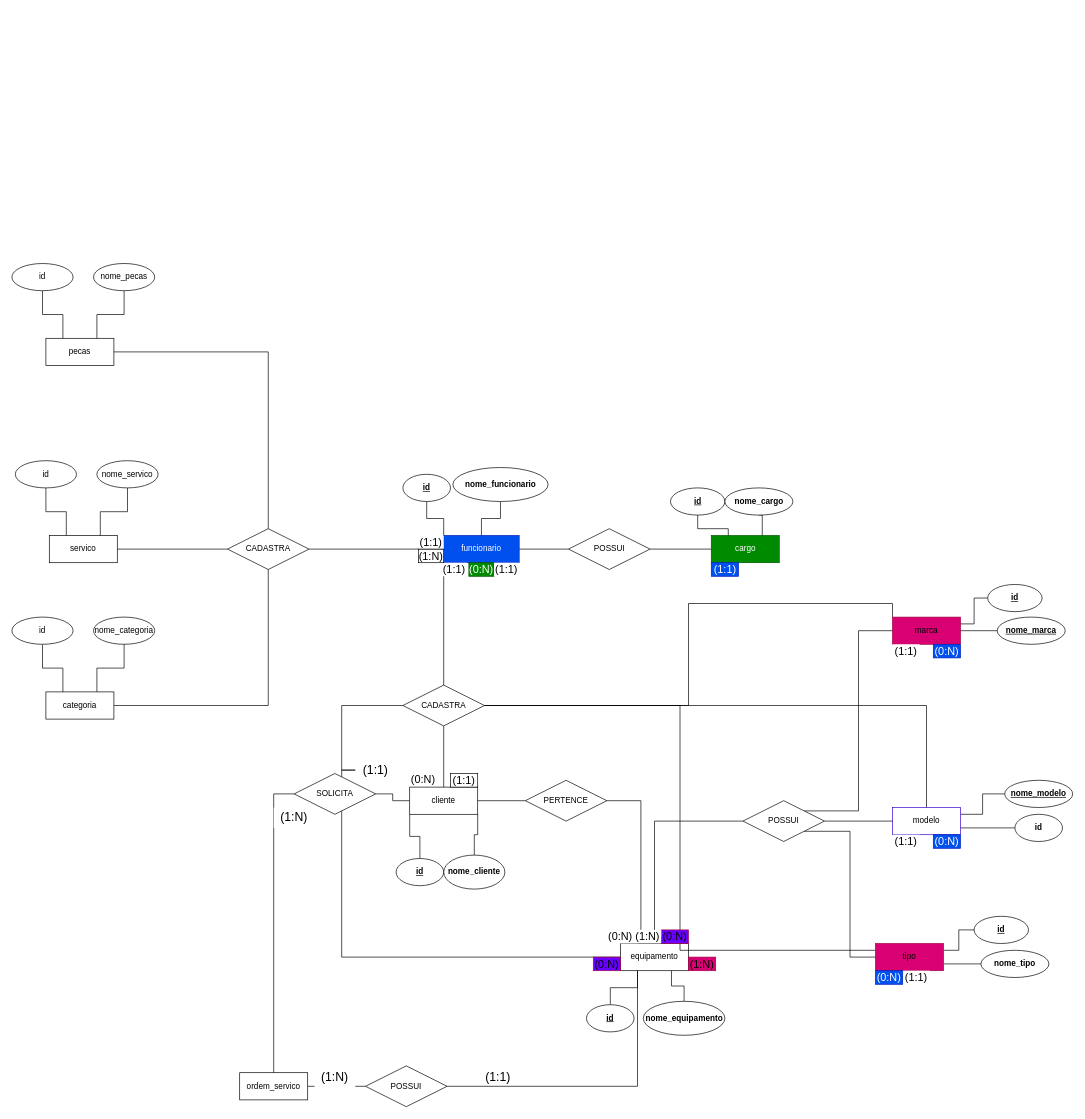
Earlier version of the draw.io diagram page "Conceitual" (1 of 2) of modelos/conceitual-logico-techflix.drawio (Carlos27spec/TechFix--Trabalho-banco-de-dados). Source tidied: cells renumbered, new cells numbered last; positions are measured from the earlier drawing's top-left corner, leaving out a move shared by most shapes. Both pictures are drawn from the tidied source at 68%, with x=0, y=0 at pixel (12, 263).
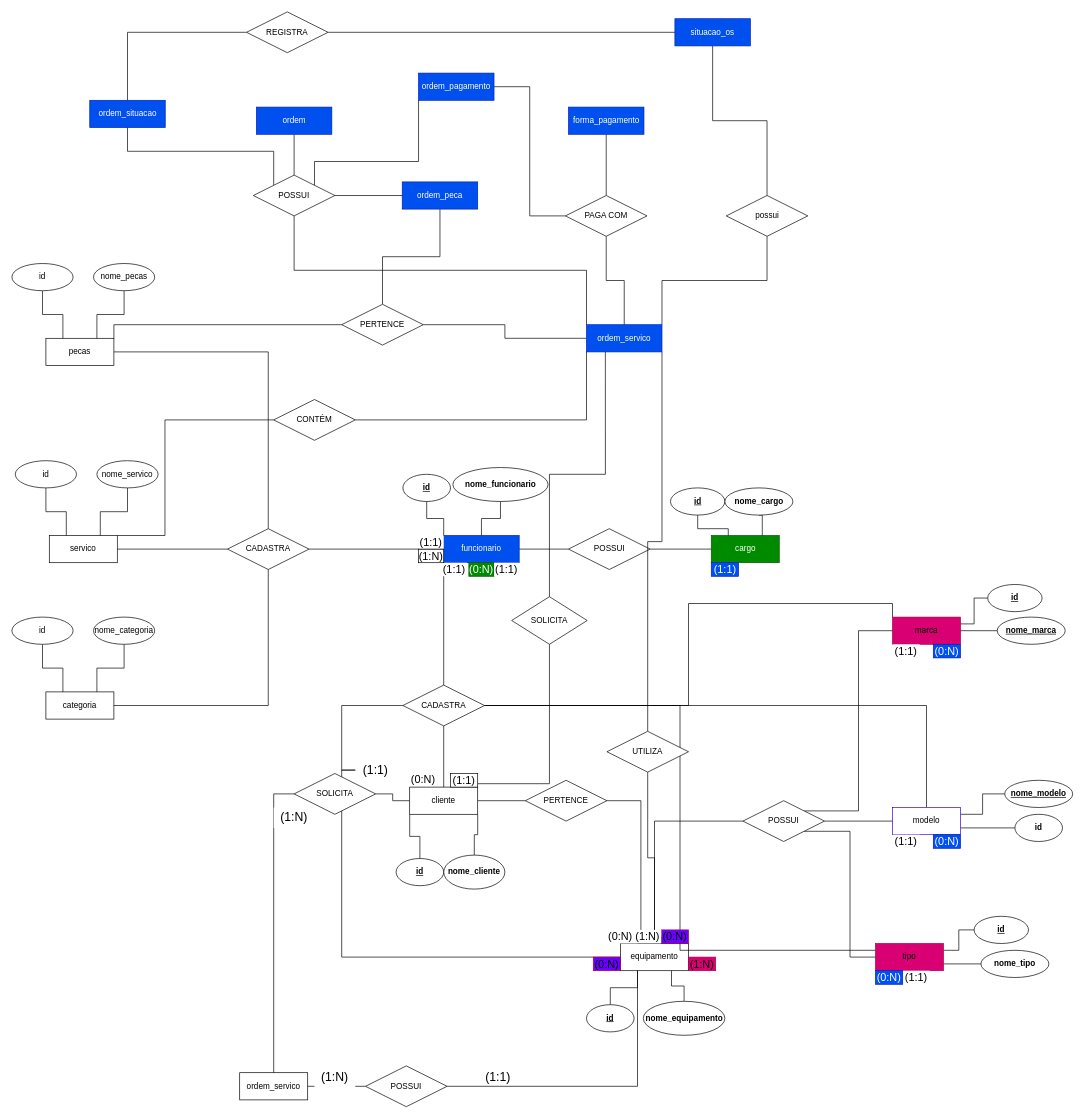
The same diagram, later.

Unchanged cells that the change refers to:
```xml
<mxCell id="34" value="&lt;span style=&quot;color: light-dark(rgb(0, 0, 0), rgb(0, 0, 0));&quot;&gt;equipamento&lt;/span&gt;" style="whiteSpace=wrap;html=1;align=center;fillColor=light-dark(#FFFFFF,#FFB366);strokeColor=light-dark(#000000,#FF8000);" parent="1" vertex="1">
  <mxGeometry x="895" y="1000" width="100" height="40" as="geometry" />
</mxCell>
<mxCell id="41" value="&lt;span style=&quot;color: light-dark(rgb(0, 0, 0), rgb(0, 0, 0));&quot;&gt;(1:1)&lt;/span&gt;" style="text;html=1;whiteSpace=wrap;align=center;verticalAlign=middle;rounded=0;fontSize=16;fillColor=light-dark(#FFFFFF,#FFB366);strokeColor=light-dark(#000000,#FF8000);" parent="1" vertex="1">
  <mxGeometry x="645" y="750" width="40" height="20" as="geometry" />
</mxCell>
<mxCell id="88" value="servico" style="whiteSpace=wrap;html=1;align=center;fillColor=light-dark(#FFFFFF,#00994D);" parent="1" vertex="1">
  <mxGeometry x="55" y="400" width="100" height="40" as="geometry" />
</mxCell>
<mxCell id="103" value="pecas" style="whiteSpace=wrap;html=1;align=center;fillColor=light-dark(#FFFFFF,#990000);" parent="1" vertex="1">
  <mxGeometry x="50" y="110" width="100" height="40" as="geometry" />
</mxCell>
```

Change to the diagram source:
```diff
@@
+    <mxCell id="108" style="edgeStyle=orthogonalEdgeStyle;rounded=0;jettySize=auto;html=1;exitX=0.5;exitY=0;exitDx=0;exitDy=0;entryX=0.5;entryY=1;entryDx=0;entryDy=0;endArrow=none;endFill=0;" parent="1" edge="1" source="34" target="137">
+      <mxGeometry relative="1" as="geometry" />
+    </mxCell>
@@
+    <mxCell id="109" style="edgeStyle=orthogonalEdgeStyle;rounded=0;jettySize=auto;html=1;exitX=1;exitY=0.75;exitDx=0;exitDy=0;entryX=0.5;entryY=1;entryDx=0;entryDy=0;endArrow=none;endFill=0;" parent="1" edge="1" source="41" target="133">
+      <mxGeometry relative="1" as="geometry" />
+    </mxCell>
@@
+    <mxCell id="110" style="edgeStyle=orthogonalEdgeStyle;rounded=0;jettySize=auto;html=1;exitX=1;exitY=0;exitDx=0;exitDy=0;entryX=0;entryY=0.5;entryDx=0;entryDy=0;endArrow=none;endFill=0;" parent="1" edge="1" source="88" target="135">
+      <mxGeometry relative="1" as="geometry">
+        <Array as="points">
+          <mxPoint x="225.1" y="400" />
+          <mxPoint x="225.1" y="230" />
+        </Array>
+      </mxGeometry>
+    </mxCell>
@@
+    <mxCell id="111" style="edgeStyle=orthogonalEdgeStyle;rounded=0;jettySize=auto;html=1;exitX=0.5;exitY=1;exitDx=0;exitDy=0;entryX=0.5;entryY=0;entryDx=0;entryDy=0;endArrow=none;endFill=0;" parent="1" edge="1" source="112" target="141">
+      <mxGeometry relative="1" as="geometry" />
+    </mxCell>
+    <mxCell id="112" value="ordem" style="whiteSpace=wrap;html=1;align=center;fillColor=light-dark(#0050EF,#66B2FF);fontColor=#ffffff;strokeColor=light-dark(#001DBC,#007FFF);" parent="1" vertex="1">
+      <mxGeometry x="359.5" y="-230" width="111" height="40" as="geometry" />
+    </mxCell>
+    <mxCell id="113" style="edgeStyle=orthogonalEdgeStyle;rounded=0;jettySize=auto;html=1;exitX=0.5;exitY=1;exitDx=0;exitDy=0;entryX=0;entryY=0;entryDx=0;entryDy=0;endArrow=none;endFill=0;" parent="1" edge="1" source="115" target="141">
+      <mxGeometry relative="1" as="geometry" />
+    </mxCell>
+    <mxCell id="114" style="edgeStyle=orthogonalEdgeStyle;rounded=0;jettySize=auto;html=1;exitX=0.5;exitY=0;exitDx=0;exitDy=0;entryX=0;entryY=0.5;entryDx=0;entryDy=0;endArrow=none;endFill=0;" parent="1" edge="1" source="115" target="143">
+      <mxGeometry relative="1" as="geometry" />
+    </mxCell>
+    <mxCell id="115" value="ordem_situacao" style="whiteSpace=wrap;html=1;align=center;fillColor=light-dark(#0050EF,#66B2FF);fontColor=#ffffff;strokeColor=light-dark(#001DBC,#007FFF);" parent="1" vertex="1">
+      <mxGeometry x="114.5" y="-240" width="111" height="40" as="geometry" />
+    </mxCell>
+    <mxCell id="116" style="edgeStyle=orthogonalEdgeStyle;rounded=0;jettySize=auto;html=1;exitX=0.5;exitY=1;exitDx=0;exitDy=0;endArrow=none;endFill=0;" parent="1" edge="1" source="117" target="129">
+      <mxGeometry relative="1" as="geometry" />
+    </mxCell>
+    <mxCell id="117" value="forma_pagamento" style="whiteSpace=wrap;html=1;align=center;fillColor=light-dark(#0050EF,#66B2FF);fontColor=#ffffff;strokeColor=light-dark(#001DBC,#007FFF);" parent="1" vertex="1">
+      <mxGeometry x="818.5" y="-230" width="111" height="40" as="geometry" />
+    </mxCell>
+    <mxCell id="118" style="edgeStyle=orthogonalEdgeStyle;rounded=0;jettySize=auto;html=1;exitX=0.5;exitY=1;exitDx=0;exitDy=0;endArrow=none;endFill=0;" parent="1" edge="1" source="119" target="127">
+      <mxGeometry relative="1" as="geometry" />
+    </mxCell>
+    <mxCell id="119" value="situacao_os" style="whiteSpace=wrap;html=1;align=center;fillColor=light-dark(#0050EF,#66B2FF);fontColor=#ffffff;strokeColor=light-dark(#001DBC,#007FFF);" parent="1" vertex="1">
+      <mxGeometry x="975" y="-360" width="111" height="40" as="geometry" />
+    </mxCell>
+    <mxCell id="120" style="edgeStyle=orthogonalEdgeStyle;rounded=0;jettySize=auto;html=1;exitX=1;exitY=0.5;exitDx=0;exitDy=0;entryX=0;entryY=0.5;entryDx=0;entryDy=0;endArrow=none;endFill=0;" parent="1" edge="1" source="121" target="129">
+      <mxGeometry relative="1" as="geometry" />
+    </mxCell>
+    <mxCell id="121" value="ordem_pagamento" style="whiteSpace=wrap;html=1;align=center;fillColor=light-dark(#0050EF,#66B2FF);fontColor=#ffffff;strokeColor=light-dark(#001DBC,#007FFF);" parent="1" vertex="1">
+      <mxGeometry x="598" y="-280" width="111" height="40" as="geometry" />
+    </mxCell>
+    <mxCell id="122" style="edgeStyle=orthogonalEdgeStyle;rounded=0;jettySize=auto;html=1;exitX=0.5;exitY=1;exitDx=0;exitDy=0;entryX=0.5;entryY=0;entryDx=0;entryDy=0;endArrow=none;endFill=0;" parent="1" edge="1" source="123" target="131">
+      <mxGeometry relative="1" as="geometry" />
+    </mxCell>
+    <mxCell id="123" value="ordem_peca" style="whiteSpace=wrap;html=1;align=center;fillColor=light-dark(#0050EF,#66B2FF);fontColor=#ffffff;strokeColor=light-dark(#001DBC,#007FFF);" parent="1" vertex="1">
+      <mxGeometry x="574" y="-120" width="111" height="40" as="geometry" />
+    </mxCell>
+    <mxCell id="124" style="edgeStyle=orthogonalEdgeStyle;rounded=0;jettySize=auto;html=1;exitX=0;exitY=0.5;exitDx=0;exitDy=0;entryX=1;entryY=0.5;entryDx=0;entryDy=0;endArrow=none;endFill=0;" parent="1" edge="1" source="125" target="131">
+      <mxGeometry relative="1" as="geometry" />
+    </mxCell>
+    <mxCell id="125" value="ordem_servico" style="whiteSpace=wrap;html=1;align=center;fillColor=light-dark(#0050EF,#66B2FF);fontColor=#ffffff;strokeColor=light-dark(#001DBC,#007FFF);" parent="1" vertex="1">
+      <mxGeometry x="845" y="90" width="111" height="40" as="geometry" />
+    </mxCell>
+    <mxCell id="126" style="edgeStyle=orthogonalEdgeStyle;rounded=0;jettySize=auto;html=1;exitX=0.5;exitY=1;exitDx=0;exitDy=0;entryX=1;entryY=0;entryDx=0;entryDy=0;endArrow=none;endFill=0;" parent="1" edge="1" source="127" target="125">
+      <mxGeometry relative="1" as="geometry" />
+    </mxCell>
+    <mxCell id="127" value="possui" style="shape=rhombus;perimeter=rhombusPerimeter;whiteSpace=wrap;html=1;align=center;" parent="1" vertex="1">
+      <mxGeometry x="1050.5" y="-100" width="120" height="60" as="geometry" />
+    </mxCell>
+    <mxCell id="128" style="edgeStyle=orthogonalEdgeStyle;rounded=0;jettySize=auto;html=1;exitX=0.5;exitY=1;exitDx=0;exitDy=0;entryX=0.5;entryY=0;entryDx=0;entryDy=0;endArrow=none;endFill=0;" parent="1" edge="1" source="129" target="125">
+      <mxGeometry relative="1" as="geometry" />
+    </mxCell>
+    <mxCell id="129" value="PAGA COM" style="shape=rhombus;perimeter=rhombusPerimeter;whiteSpace=wrap;html=1;align=center;" parent="1" vertex="1">
+      <mxGeometry x="814" y="-100" width="120" height="60" as="geometry" />
+    </mxCell>
+    <mxCell id="130" style="edgeStyle=orthogonalEdgeStyle;rounded=0;jettySize=auto;html=1;exitX=0;exitY=0.5;exitDx=0;exitDy=0;entryX=1;entryY=0;entryDx=0;entryDy=0;endArrow=none;endFill=0;" parent="1" edge="1" source="131" target="103">
+      <mxGeometry relative="1" as="geometry" />
+    </mxCell>
+    <mxCell id="131" value="PERTENCE" style="shape=rhombus;perimeter=rhombusPerimeter;whiteSpace=wrap;html=1;align=center;" parent="1" vertex="1">
+      <mxGeometry x="485" y="60" width="120" height="60" as="geometry" />
+    </mxCell>
+    <mxCell id="132" style="edgeStyle=orthogonalEdgeStyle;rounded=0;jettySize=auto;html=1;exitX=0.5;exitY=0;exitDx=0;exitDy=0;entryX=0.25;entryY=1;entryDx=0;entryDy=0;endArrow=none;endFill=0;" parent="1" edge="1" source="133" target="125">
+      <mxGeometry relative="1" as="geometry" />
+    </mxCell>
+    <mxCell id="133" value="SOLICITA" style="shape=rhombus;perimeter=rhombusPerimeter;whiteSpace=wrap;html=1;align=center;" parent="1" vertex="1">
+      <mxGeometry x="735" y="490" width="111" height="70" as="geometry" />
+    </mxCell>
+    <mxCell id="134" style="edgeStyle=orthogonalEdgeStyle;rounded=0;jettySize=auto;html=1;exitX=1;exitY=0.5;exitDx=0;exitDy=0;entryX=0;entryY=1;entryDx=0;entryDy=0;endArrow=none;endFill=0;" parent="1" edge="1" source="135" target="125">
+      <mxGeometry relative="1" as="geometry" />
+    </mxCell>
+    <mxCell id="135" value="CONTÉM" style="shape=rhombus;perimeter=rhombusPerimeter;whiteSpace=wrap;html=1;align=center;" parent="1" vertex="1">
+      <mxGeometry x="385" y="200" width="120" height="60" as="geometry" />
+    </mxCell>
+    <mxCell id="136" style="edgeStyle=orthogonalEdgeStyle;rounded=0;jettySize=auto;html=1;exitX=0.5;exitY=0;exitDx=0;exitDy=0;entryX=1;entryY=1;entryDx=0;entryDy=0;endArrow=none;endFill=0;" parent="1" edge="1" source="137" target="125">
+      <mxGeometry relative="1" as="geometry" />
+    </mxCell>
+    <mxCell id="137" value="UTILIZA" style="shape=rhombus;perimeter=rhombusPerimeter;whiteSpace=wrap;html=1;align=center;" parent="1" vertex="1">
+      <mxGeometry x="875" y="688" width="120" height="60" as="geometry" />
+    </mxCell>
+    <mxCell id="138" style="edgeStyle=orthogonalEdgeStyle;rounded=0;jettySize=auto;html=1;exitX=1;exitY=0.5;exitDx=0;exitDy=0;entryX=0;entryY=0.5;entryDx=0;entryDy=0;endArrow=none;endFill=0;" parent="1" edge="1" source="141" target="123">
+      <mxGeometry relative="1" as="geometry" />
+    </mxCell>
+    <mxCell id="139" style="edgeStyle=orthogonalEdgeStyle;rounded=0;jettySize=auto;html=1;exitX=0.5;exitY=1;exitDx=0;exitDy=0;entryX=0;entryY=0;entryDx=0;entryDy=0;endArrow=none;endFill=0;" parent="1" edge="1" source="141" target="125">
+      <mxGeometry relative="1" as="geometry" />
+    </mxCell>
+    <mxCell id="140" style="edgeStyle=orthogonalEdgeStyle;rounded=0;jettySize=auto;html=1;exitX=1;exitY=0;exitDx=0;exitDy=0;entryX=0;entryY=1;entryDx=0;entryDy=0;endArrow=none;endFill=0;" parent="1" edge="1" source="141" target="121">
+      <mxGeometry relative="1" as="geometry">
+        <Array as="points">
+          <mxPoint x="445" y="-150" />
+          <mxPoint x="598" y="-150" />
+        </Array>
+      </mxGeometry>
+    </mxCell>
+    <mxCell id="141" value="POSSUI" style="shape=rhombus;perimeter=rhombusPerimeter;whiteSpace=wrap;html=1;align=center;" parent="1" vertex="1">
+      <mxGeometry x="355" y="-130" width="120" height="60" as="geometry" />
+    </mxCell>
+    <mxCell id="142" style="edgeStyle=orthogonalEdgeStyle;rounded=0;jettySize=auto;html=1;exitX=1;exitY=0.5;exitDx=0;exitDy=0;entryX=0;entryY=0.5;entryDx=0;entryDy=0;endArrow=none;endFill=0;" parent="1" edge="1" source="143" target="119">
+      <mxGeometry relative="1" as="geometry" />
+    </mxCell>
+    <mxCell id="143" value="REGISTRA" style="shape=rhombus;perimeter=rhombusPerimeter;whiteSpace=wrap;html=1;align=center;" parent="1" vertex="1">
+      <mxGeometry x="345" y="-370" width="120" height="60" as="geometry" />
+    </mxCell>
```
